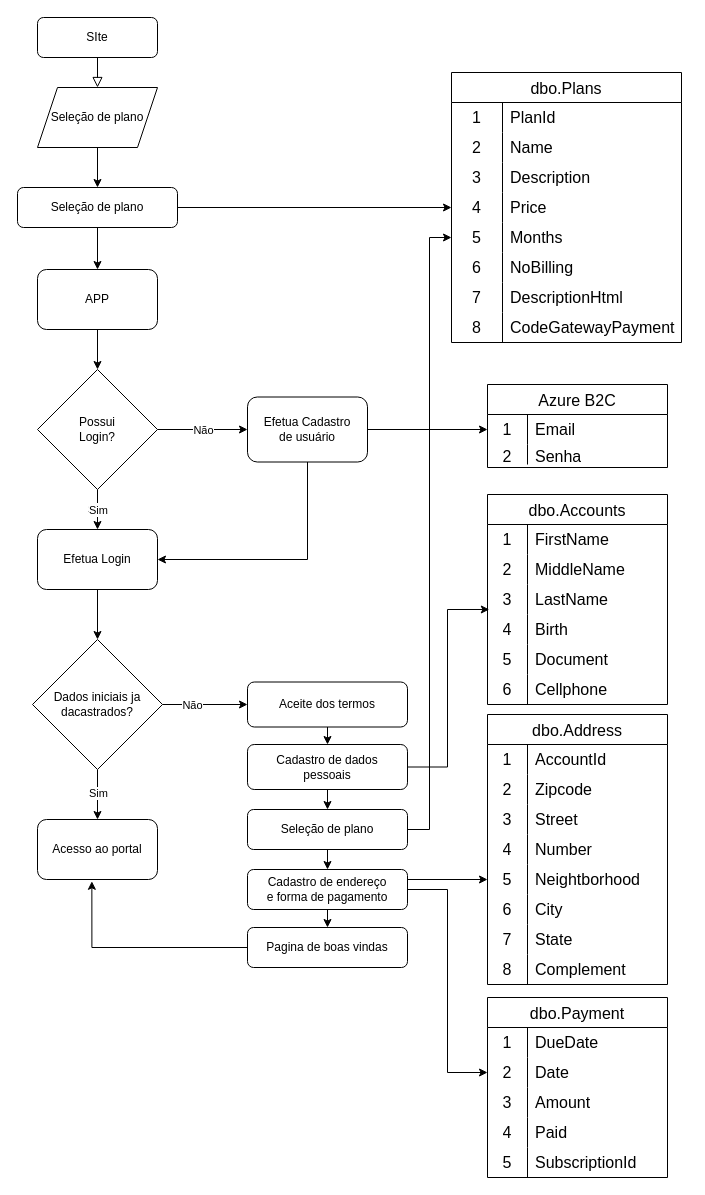
This is GuardaDigitalLogin.drawio from Leonardocasilva/TestApi, a draw.io file, before an edit. Source tidied: cells renumbered, new cells numbered last; positions are measured from the earlier drawing's top-left corner, leaving out a move shared by most shapes. Both pictures are drawn from the tidied source at 100%, with x=0, y=0 at pixel (17, 17).
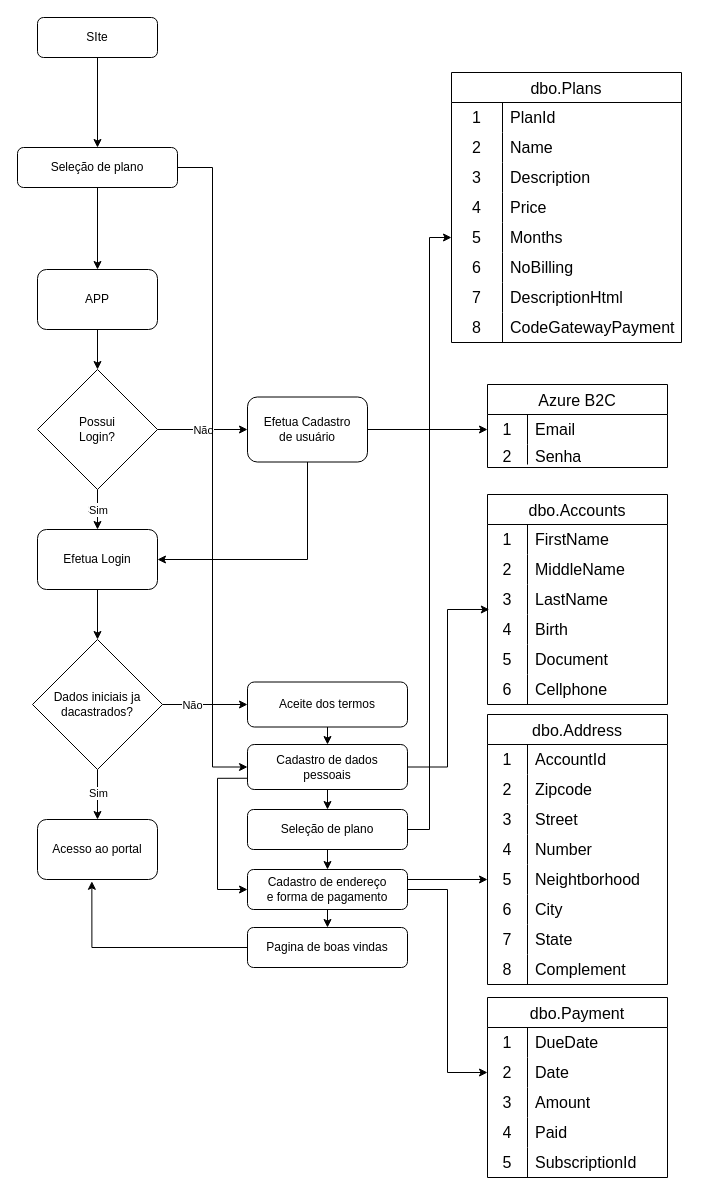
After the change.

The change refers to these unchanged cells:
```xml
<mxCell id="3" value="SIte" style="rounded=1;whiteSpace=wrap;html=1;fontSize=12;glass=0;strokeWidth=1;shadow=0;" parent="1" vertex="1">
  <mxGeometry x="20" width="120" height="40" as="geometry" />
</mxCell>
<mxCell id="34" value="Cadastro de dados&lt;br&gt;pessoais" style="rounded=1;whiteSpace=wrap;html=1;" parent="1" vertex="1">
  <mxGeometry x="230" y="727" width="160" height="45" as="geometry" />
</mxCell>
<mxCell id="63" value="Cadastro de endereço&lt;br&gt;e forma de pagamento" style="rounded=1;whiteSpace=wrap;html=1;" parent="1" vertex="1">
  <mxGeometry x="230" y="852" width="160" height="40" as="geometry" />
</mxCell>
<mxCell id="121" style="shape=tableRow;horizontal=0;startSize=0;swimlaneHead=0;swimlaneBody=0;top=0;left=0;bottom=0;right=0;fillColor=none;points=[[0,0.5],[1,0.5]];portConstraint=eastwest;strokeColor=inherit;fontSize=16;" parent="111" vertex="1">
  <mxGeometry y="120" width="230" height="30" as="geometry" />
</mxCell>
```

The edit, as a diff of the source:
```diff
@@
-    <mxCell id="2" style="rounded=0;html=1;jettySize=auto;fontSize=11;endArrow=block;endFill=0;endSize=8;strokeWidth=1;shadow=0;labelBackgroundColor=none;edgeStyle=orthogonalEdgeStyle;entryX=0.5;entryY=0;entryDx=0;entryDy=0;" parent="1" edge="1" source="3" target="5">
-      <mxGeometry relative="1" as="geometry" />
-    </mxCell>
+    <mxCell id="136" style="edgeStyle=orthogonalEdgeStyle;rounded=0;jettySize=auto;html=1;exitX=0.5;exitY=1;exitDx=0;exitDy=0;entryX=0.5;entryY=0;entryDx=0;entryDy=0;" parent="1" edge="1" source="3" target="110">
+      <mxGeometry relative="1" as="geometry" />
+    </mxCell>
@@
-    <mxCell id="4" style="edgeStyle=orthogonalEdgeStyle;rounded=0;jettySize=auto;html=1;exitX=0.5;exitY=1;exitDx=0;exitDy=0;entryX=0.5;entryY=0;entryDx=0;entryDy=0;" parent="1" edge="1" source="5" target="110">
-      <mxGeometry relative="1" as="geometry" />
-    </mxCell>
-    <mxCell id="5" value="Seleção de plano" style="shape=parallelogram;perimeter=parallelogramPerimeter;whiteSpace=wrap;html=1;fixedSize=1;" parent="1" vertex="1">
-      <mxGeometry x="20" y="70" width="120" height="60" as="geometry" />
-    </mxCell>
@@
+    <mxCell id="137" style="edgeStyle=orthogonalEdgeStyle;rounded=0;jettySize=auto;html=1;exitX=0;exitY=0.75;exitDx=0;exitDy=0;entryX=0;entryY=0.5;entryDx=0;entryDy=0;" parent="1" edge="1" source="34" target="63">
+      <mxGeometry relative="1" as="geometry">
+        <Array as="points">
+          <mxPoint x="200" y="761" />
+          <mxPoint x="200" y="872" />
+        </Array>
+      </mxGeometry>
+    </mxCell>
@@
-    <mxCell id="109" style="edgeStyle=orthogonalEdgeStyle;rounded=0;jettySize=auto;html=1;exitX=1;exitY=0.5;exitDx=0;exitDy=0;entryX=0;entryY=0.5;entryDx=0;entryDy=0;" parent="1" edge="1" source="110" target="121">
-      <mxGeometry relative="1" as="geometry" />
-    </mxCell>
+    <mxCell id="138" style="edgeStyle=orthogonalEdgeStyle;rounded=0;jettySize=auto;html=1;exitX=1;exitY=0.5;exitDx=0;exitDy=0;entryX=0;entryY=0.5;entryDx=0;entryDy=0;" parent="1" edge="1" source="110" target="34">
+      <mxGeometry relative="1" as="geometry" />
+    </mxCell>
     <mxCell id="110" value="Seleção de plano" style="rounded=1;whiteSpace=wrap;html=1;" parent="1" vertex="1">
-      <mxGeometry y="170" width="160" height="40" as="geometry" />
+      <mxGeometry y="130" width="160" height="40" as="geometry" />
     </mxCell>
```
